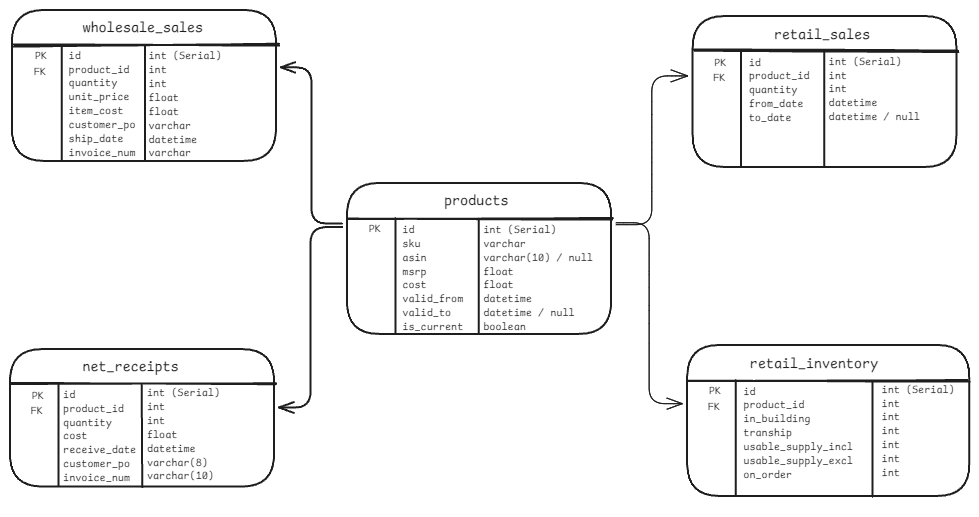
Above: docs/architecture/database_schema.excalidraw.png in b1wang/sheets-to-pipelines (Excalidraw), before the change. Source tidied: one line per element, renumbered; positions are measured from the earlier drawing's top-left corner, leaving out a move shared by most shapes. Its diagram source:
```json
{"id": 0, "type": "text", "text": "products", "strokeColor": "#1e1e1e", "strokeWidth": 2, "roughness": 1, "fontSize": 14.58, "fontFamily": 8, "x": 434, "y": 182, "width": 64, "height": 18}
{"id": 1, "type": "text", "text": "id\nsku\nasin\nmsrp\ncost\nvalid_from\nvalid_to\nis_current", "strokeColor": "#1e1e1e", "strokeWidth": 2, "roughness": 0, "fontSize": 11.07, "fontFamily": 8, "x": 392, "y": 213, "width": 61, "height": 111}
{"id": 2, "type": "text", "text": "int (Serial)\nvarchar\nvarchar(10) / null\nfloat\nfloat\ndatetime\ndatetime / null\nboolean", "strokeColor": "#1e1e1e", "strokeWidth": 2, "roughness": 0, "fontSize": 11.07, "fontFamily": 8, "x": 473, "y": 213, "width": 110, "height": 111}
{"id": 3, "type": "text", "text": "PK", "strokeColor": "#1e1e1e", "strokeWidth": 2, "roughness": 0, "fontSize": 11.07, "fontFamily": 8, "x": 359, "y": 213, "width": 12, "height": 14}
{"id": 4, "type": "rectangle", "strokeColor": "#1e1e1e", "strokeWidth": 2, "roughness": 0, "round": true, "x": 337, "y": 173, "width": 264, "height": 151}
{"id": 5, "type": "line", "strokeColor": "#1e1e1e", "strokeWidth": 2, "roughness": 1, "round": true, "x": 338, "y": 208, "width": 264, "height": 0, "points": [[0, 0], [264, 0]]}
{"id": 6, "type": "line", "strokeColor": "#1e1e1e", "strokeWidth": 2, "roughness": 0, "round": true, "x": 386, "y": 208, "width": 0, "height": 116, "points": [[0, 0], [0, 116]]}
{"id": 7, "type": "line", "strokeColor": "#1e1e1e", "strokeWidth": 2, "roughness": 0, "round": true, "x": 469, "y": 209, "width": 0, "height": 115, "points": [[0, 0], [0, 115]]}
{"id": 8, "type": "text", "text": "wholesale_sales", "strokeColor": "#1e1e1e", "strokeWidth": 2, "roughness": 1, "fontSize": 14.58, "fontFamily": 8, "x": 73, "y": 9, "width": 120, "height": 18}
{"id": 9, "type": "text", "text": "id\nproduct_id\nquantity\nunit_price\nitem_cost\ncustomer_po\nship_date\ninvoice_num", "strokeColor": "#1e1e1e", "strokeWidth": 2, "roughness": 0, "fontSize": 11.07, "fontFamily": 8, "x": 59, "y": 39, "width": 67, "height": 111}
{"id": 10, "type": "text", "text": "int (Serial)\nint\nint\nfloat\nfloat\nvarchar\ndatetime\nvarchar", "strokeColor": "#1e1e1e", "strokeWidth": 2, "roughness": 0, "fontSize": 11.07, "fontFamily": 8, "x": 138, "y": 40, "width": 73, "height": 111}
{"id": 11, "type": "text", "text": "PK", "strokeColor": "#1e1e1e", "strokeWidth": 2, "roughness": 0, "fontSize": 11.07, "fontFamily": 8, "x": 25, "y": 40, "width": 12, "height": 14}
{"id": 12, "type": "rectangle", "strokeColor": "#1e1e1e", "strokeWidth": 2, "roughness": 0, "round": true, "x": 2, "y": 0, "width": 264, "height": 151}
{"id": 13, "type": "line", "strokeColor": "#1e1e1e", "strokeWidth": 2, "roughness": 1, "round": true, "x": 4, "y": 35, "width": 264, "height": 0, "points": [[0, 0], [264, 0]]}
{"id": 14, "type": "line", "strokeColor": "#1e1e1e", "strokeWidth": 2, "roughness": 0, "round": true, "x": 52, "y": 35, "width": 0, "height": 116, "points": [[0, 0], [0, 116]]}
{"id": 15, "type": "line", "strokeColor": "#1e1e1e", "strokeWidth": 2, "roughness": 0, "round": true, "x": 135, "y": 36, "width": 0, "height": 115, "points": [[0, 0], [0, 115]]}
{"id": 16, "type": "text", "text": "FK", "strokeColor": "#1e1e1e", "strokeWidth": 2, "roughness": 0, "fontSize": 11.07, "fontFamily": 8, "x": 24, "y": 55, "width": 12, "height": 14}
{"id": 17, "type": "text", "text": "retail_sales", "strokeColor": "#1e1e1e", "strokeWidth": 2, "roughness": 1, "fontSize": 14.58, "fontFamily": 8, "x": 764, "y": 16, "width": 96, "height": 18}
{"id": 18, "type": "text", "text": "id\nproduct_id\nquantity\nfrom_date\nto_date", "strokeColor": "#1e1e1e", "strokeWidth": 2, "roughness": 0, "fontSize": 11.07, "fontFamily": 8, "x": 739, "y": 46, "width": 61, "height": 69}
{"id": 19, "type": "text", "text": "int (Serial)\nint\nint\ndatetime\ndatetime / null\n", "strokeColor": "#1e1e1e", "strokeWidth": 2, "roughness": 0, "fontSize": 11.07, "fontFamily": 8, "x": 819, "y": 45, "width": 91, "height": 83}
{"id": 20, "type": "text", "text": "PK", "strokeColor": "#1e1e1e", "strokeWidth": 2, "roughness": 0, "fontSize": 11.07, "fontFamily": 8, "x": 704, "y": 46, "width": 12, "height": 14}
{"id": 21, "type": "rectangle", "strokeColor": "#1e1e1e", "strokeWidth": 2, "roughness": 0, "round": true, "x": 683, "y": 6, "width": 264, "height": 151}
{"id": 22, "type": "line", "strokeColor": "#1e1e1e", "strokeWidth": 2, "roughness": 1, "round": true, "x": 684, "y": 41, "width": 264, "height": 0, "points": [[0, 0], [264, 0]]}
{"id": 23, "type": "line", "strokeColor": "#1e1e1e", "strokeWidth": 2, "roughness": 0, "round": true, "x": 731, "y": 41, "width": 0, "height": 116, "points": [[0, 0], [0, 116]]}
{"id": 24, "type": "line", "strokeColor": "#1e1e1e", "strokeWidth": 2, "roughness": 0, "round": true, "x": 814, "y": 42, "width": 0, "height": 115, "points": [[0, 0], [0, 115]]}
{"id": 25, "type": "text", "text": "FK", "strokeColor": "#1e1e1e", "strokeWidth": 2, "roughness": 0, "fontSize": 11.07, "fontFamily": 8, "x": 703, "y": 61, "width": 12, "height": 14}
{"id": 26, "type": "arrow", "strokeColor": "#1e1e1e", "strokeWidth": 2, "roughness": 0, "endArrowhead": "arrow", "from": 4, "to": 42, "x": 332, "y": 217, "width": 63, "height": 180, "points": [[0, 0], [-32, 0], [-32, 180], [-63, 180]]}
{"id": 27, "type": "arrow", "strokeColor": "#1e1e1e", "strokeWidth": 1, "roughness": 0, "endArrowhead": "arrow", "from": 4, "to": 21, "x": 606, "y": 215, "width": 72, "height": 149, "points": [[0, 0], [36, 0], [36, -149], [72, -149]]}
{"id": 28, "type": "text", "text": "retail_inventory", "strokeColor": "#1e1e1e", "strokeWidth": 2, "roughness": 1, "fontSize": 14.58, "fontFamily": 8, "x": 740, "y": 345, "width": 128, "height": 18}
{"id": 29, "type": "text", "text": "id\nproduct_id\nin_building\ntranship\nusable_supply_incl\nusable_supply_excl\non_order", "strokeColor": "#1e1e1e", "strokeWidth": 2, "roughness": 0, "fontSize": 11.07, "fontFamily": 8, "x": 733, "y": 375, "width": 110, "height": 97}
{"id": 30, "type": "text", "text": "int (Serial)\nint\nint\nint\nint\nint\nint\n\n", "strokeColor": "#1e1e1e", "strokeWidth": 2, "roughness": 0, "fontSize": 11.07, "fontFamily": 8, "x": 872, "y": 373, "width": 73, "height": 125}
{"id": 31, "type": "text", "text": "PK", "strokeColor": "#1e1e1e", "strokeWidth": 2, "roughness": 0, "fontSize": 11.07, "fontFamily": 8, "x": 699, "y": 375, "width": 12, "height": 14}
{"id": 32, "type": "rectangle", "strokeColor": "#1e1e1e", "strokeWidth": 2, "roughness": 0, "round": true, "x": 677, "y": 335, "width": 282, "height": 151}
{"id": 33, "type": "line", "strokeColor": "#1e1e1e", "strokeWidth": 2, "roughness": 1, "round": true, "x": 678, "y": 370, "width": 280, "height": 0, "points": [[0, 0], [280, 0]]}
{"id": 34, "type": "line", "strokeColor": "#1e1e1e", "strokeWidth": 2, "roughness": 0, "round": true, "x": 726, "y": 370, "width": 0, "height": 116, "points": [[0, 0], [0, 116]]}
{"id": 35, "type": "line", "strokeColor": "#1e1e1e", "strokeWidth": 2, "roughness": 0, "round": true, "x": 862, "y": 372, "width": 0, "height": 115, "points": [[0, 0], [0, 115]]}
{"id": 36, "type": "text", "text": "FK", "strokeColor": "#1e1e1e", "strokeWidth": 2, "roughness": 0, "fontSize": 11.07, "fontFamily": 8, "x": 698, "y": 390, "width": 12, "height": 14}
{"id": 37, "type": "arrow", "strokeColor": "#1e1e1e", "strokeWidth": 1, "roughness": 0, "endArrowhead": "arrow", "from": 4, "to": 32, "x": 606, "y": 213, "width": 66, "height": 181, "points": [[0, 0], [33, 0], [33, 181], [66, 181]]}
{"id": 38, "type": "text", "text": "net_receipts", "strokeColor": "#1e1e1e", "strokeWidth": 2, "roughness": 1, "fontSize": 14.58, "fontFamily": 8, "x": 72, "y": 349, "width": 96, "height": 18}
{"id": 39, "type": "text", "text": "id\nproduct_id\nquantity\ncost\nreceive_date\ncustomer_po\ninvoice_num\n", "strokeColor": "#1e1e1e", "strokeWidth": 2, "roughness": 0, "fontSize": 11.07, "fontFamily": 8, "x": 53, "y": 378, "width": 73, "height": 111}
{"id": 40, "type": "text", "text": "int (Serial)\nint\nint\nfloat\ndatetime\nvarchar(8)\nvarchar(10)\n", "strokeColor": "#1e1e1e", "strokeWidth": 2, "roughness": 0, "fontSize": 11.07, "fontFamily": 8, "x": 137, "y": 377, "width": 73, "height": 111}
{"id": 41, "type": "text", "text": "PK", "strokeColor": "#1e1e1e", "strokeWidth": 2, "roughness": 0, "fontSize": 11.07, "fontFamily": 8, "x": 22, "y": 379, "width": 12, "height": 14}
{"id": 42, "type": "rectangle", "strokeColor": "#1e1e1e", "strokeWidth": 2, "roughness": 0, "round": true, "x": 0, "y": 339, "width": 264, "height": 137}
{"id": 43, "type": "line", "strokeColor": "#1e1e1e", "strokeWidth": 2, "roughness": 1, "round": true, "x": 1, "y": 374, "width": 264, "height": 0, "points": [[0, 0], [264, 0]]}
{"id": 44, "type": "line", "strokeColor": "#1e1e1e", "strokeWidth": 2, "roughness": 0, "round": true, "x": 49, "y": 374, "width": 0, "height": 102, "points": [[0, 0], [0, 102]]}
{"id": 45, "type": "line", "strokeColor": "#1e1e1e", "strokeWidth": 2, "roughness": 0, "round": true, "x": 132, "y": 375, "width": 1, "height": 103, "points": [[0, 0], [1, 103]]}
{"id": 46, "type": "text", "text": "FK", "strokeColor": "#1e1e1e", "strokeWidth": 2, "roughness": 0, "fontSize": 11.07, "fontFamily": 8, "x": 21, "y": 394, "width": 12, "height": 14}
{"id": 47, "type": "arrow", "strokeColor": "#1e1e1e", "strokeWidth": 2, "roughness": 0, "endArrowhead": "arrow", "to": 12, "x": 332, "y": 214, "width": 61, "height": 156, "points": [[0, 0], [-31, 0], [-31, -156], [-61, -156]]}
```
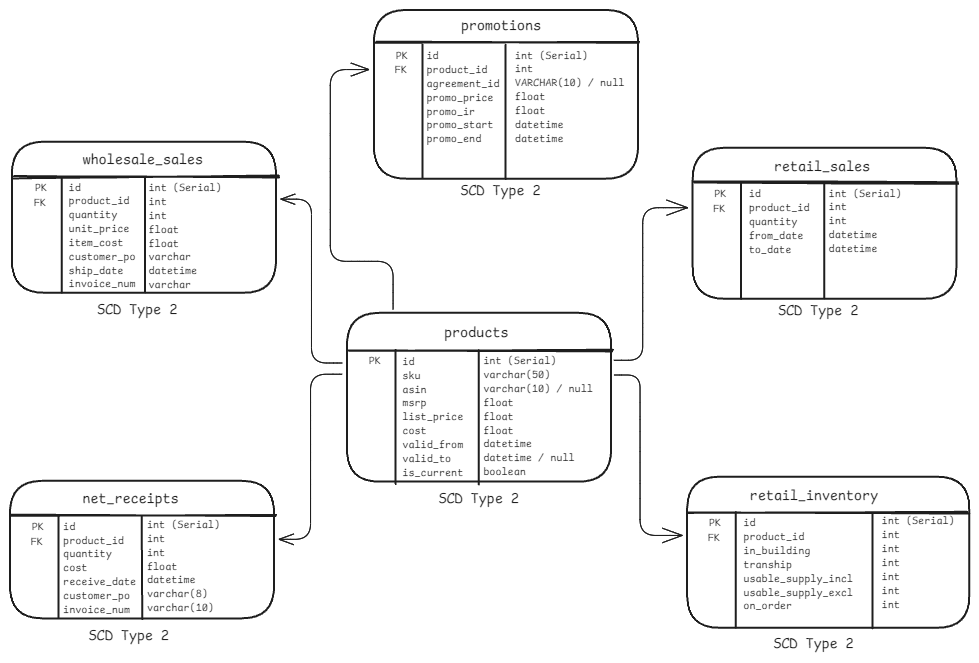
The same file after the commit.

Commit message:
docs: Updated schema design (Add list_price to products model, add promotions dimension table)

Diff of the diagram source:
```diff
@@ -1,11 +1,11 @@
 {"id": 0, "type": "text", "text": "products", "strokeColor": "#1e1e1e", "strokeWidth": 2, "roughness": 1, "fontSize": 14.58, "fontFamily": 8, "x": 434, "y": 182, "width": 64, "height": 18}
-{"id": 1, "type": "text", "text": "id\nsku\nasin\nmsrp\ncost\nvalid_from\nvalid_to\nis_current", "strokeColor": "#1e1e1e", "strokeWidth": 2, "roughness": 0, "fontSize": 11.07, "fontFamily": 8, "x": 392, "y": 213, "width": 61, "height": 111}
+{"id": 1, "type": "text", "text": "id\nsku\nasin\nmsrp\nlist_price\ncost\nvalid_from\nvalid_to\nis_current", "strokeColor": "#1e1e1e", "strokeWidth": 2, "roughness": 0, "fontSize": 11.07, "fontFamily": 8, "x": 392, "y": 213, "width": 61, "height": 125}
-{"id": 2, "type": "text", "text": "int (Serial)\nvarchar\nvarchar(10) / null\nfloat\nfloat\ndatetime\ndatetime / null\nboolean", "strokeColor": "#1e1e1e", "strokeWidth": 2, "roughness": 0, "fontSize": 11.07, "fontFamily": 8, "x": 473, "y": 213, "width": 110, "height": 111}
+{"id": 2, "type": "text", "text": "int (Serial)\nvarchar(50)\nvarchar(10) / null\nfloat\nfloat\nfloat\ndatetime\ndatetime / null\nboolean", "strokeColor": "#1e1e1e", "strokeWidth": 2, "roughness": 0, "fontSize": 11.07, "fontFamily": 8, "x": 473, "y": 213, "width": 110, "height": 125}
 {"id": 3, "type": "text", "text": "PK", "strokeColor": "#1e1e1e", "strokeWidth": 2, "roughness": 0, "fontSize": 11.07, "fontFamily": 8, "x": 359, "y": 213, "width": 12, "height": 14}
-{"id": 4, "type": "rectangle", "strokeColor": "#1e1e1e", "strokeWidth": 2, "roughness": 0, "round": true, "x": 337, "y": 173, "width": 264, "height": 151}
+{"id": 4, "type": "rectangle", "strokeColor": "#1e1e1e", "strokeWidth": 2, "roughness": 0, "round": true, "x": 337, "y": 171, "width": 264, "height": 169}
 {"id": 5, "type": "line", "strokeColor": "#1e1e1e", "strokeWidth": 2, "roughness": 1, "round": true, "x": 338, "y": 208, "width": 264, "height": 0, "points": [[0, 0], [264, 0]]}
-{"id": 6, "type": "line", "strokeColor": "#1e1e1e", "strokeWidth": 2, "roughness": 0, "round": true, "x": 386, "y": 208, "width": 0, "height": 116, "points": [[0, 0], [0, 116]]}
+{"id": 6, "type": "line", "strokeColor": "#1e1e1e", "strokeWidth": 2, "roughness": 0, "round": true, "x": 386, "y": 208, "width": 0, "height": 134, "points": [[0, 0], [0, 134]]}
-{"id": 7, "type": "line", "strokeColor": "#1e1e1e", "strokeWidth": 2, "roughness": 0, "round": true, "x": 469, "y": 209, "width": 0, "height": 115, "points": [[0, 0], [0, 115]]}
+{"id": 7, "type": "line", "strokeColor": "#1e1e1e", "strokeWidth": 2, "roughness": 0, "round": true, "x": 469, "y": 209, "width": 0, "height": 134, "points": [[0, 0], [0, 134]]}
 {"id": 8, "type": "text", "text": "wholesale_sales", "strokeColor": "#1e1e1e", "strokeWidth": 2, "roughness": 1, "fontSize": 14.58, "fontFamily": 8, "x": 73, "y": 9, "width": 120, "height": 18}
 {"id": 9, "type": "text", "text": "id\nproduct_id\nquantity\nunit_price\nitem_cost\ncustomer_po\nship_date\ninvoice_num", "strokeColor": "#1e1e1e", "strokeWidth": 2, "roughness": 0, "fontSize": 11.07, "fontFamily": 8, "x": 59, "y": 39, "width": 67, "height": 111}
 {"id": 10, "type": "text", "text": "int (Serial)\nint\nint\nfloat\nfloat\nvarchar\ndatetime\nvarchar", "strokeColor": "#1e1e1e", "strokeWidth": 2, "roughness": 0, "fontSize": 11.07, "fontFamily": 8, "x": 138, "y": 40, "width": 73, "height": 111}
@@ -17,15 +17,15 @@
 {"id": 16, "type": "text", "text": "FK", "strokeColor": "#1e1e1e", "strokeWidth": 2, "roughness": 0, "fontSize": 11.07, "fontFamily": 8, "x": 24, "y": 55, "width": 12, "height": 14}
 {"id": 17, "type": "text", "text": "retail_sales", "strokeColor": "#1e1e1e", "strokeWidth": 2, "roughness": 1, "fontSize": 14.58, "fontFamily": 8, "x": 764, "y": 16, "width": 96, "height": 18}
 {"id": 18, "type": "text", "text": "id\nproduct_id\nquantity\nfrom_date\nto_date", "strokeColor": "#1e1e1e", "strokeWidth": 2, "roughness": 0, "fontSize": 11.07, "fontFamily": 8, "x": 739, "y": 46, "width": 61, "height": 69}
-{"id": 19, "type": "text", "text": "int (Serial)\nint\nint\ndatetime\ndatetime / null\n", "strokeColor": "#1e1e1e", "strokeWidth": 2, "roughness": 0, "fontSize": 11.07, "fontFamily": 8, "x": 819, "y": 45, "width": 91, "height": 83}
+{"id": 19, "type": "text", "text": "int (Serial)\nint\nint\ndatetime\ndatetime", "strokeColor": "#1e1e1e", "strokeWidth": 2, "roughness": 0, "fontSize": 11.07, "fontFamily": 8, "x": 819, "y": 45, "width": 73, "height": 69}
 {"id": 20, "type": "text", "text": "PK", "strokeColor": "#1e1e1e", "strokeWidth": 2, "roughness": 0, "fontSize": 11.07, "fontFamily": 8, "x": 704, "y": 46, "width": 12, "height": 14}
 {"id": 21, "type": "rectangle", "strokeColor": "#1e1e1e", "strokeWidth": 2, "roughness": 0, "round": true, "x": 683, "y": 6, "width": 264, "height": 151}
 {"id": 22, "type": "line", "strokeColor": "#1e1e1e", "strokeWidth": 2, "roughness": 1, "round": true, "x": 684, "y": 41, "width": 264, "height": 0, "points": [[0, 0], [264, 0]]}
 {"id": 23, "type": "line", "strokeColor": "#1e1e1e", "strokeWidth": 2, "roughness": 0, "round": true, "x": 731, "y": 41, "width": 0, "height": 116, "points": [[0, 0], [0, 116]]}
 {"id": 24, "type": "line", "strokeColor": "#1e1e1e", "strokeWidth": 2, "roughness": 0, "round": true, "x": 814, "y": 42, "width": 0, "height": 115, "points": [[0, 0], [0, 115]]}
 {"id": 25, "type": "text", "text": "FK", "strokeColor": "#1e1e1e", "strokeWidth": 2, "roughness": 0, "fontSize": 11.07, "fontFamily": 8, "x": 703, "y": 61, "width": 12, "height": 14}
-{"id": 26, "type": "arrow", "strokeColor": "#1e1e1e", "strokeWidth": 2, "roughness": 0, "endArrowhead": "arrow", "from": 4, "to": 42, "x": 332, "y": 217, "width": 63, "height": 180, "points": [[0, 0], [-32, 0], [-32, 180], [-63, 180]]}
+{"id": 26, "type": "arrow", "strokeColor": "#1e1e1e", "strokeWidth": 1, "roughness": 0, "endArrowhead": "arrow", "from": 4, "to": 42, "x": 332, "y": 232, "width": 63, "height": 165, "points": [[0, 0], [-32, 0], [-32, 165], [-63, 165]]}
-{"id": 27, "type": "arrow", "strokeColor": "#1e1e1e", "strokeWidth": 1, "roughness": 0, "endArrowhead": "arrow", "from": 4, "to": 21, "x": 606, "y": 215, "width": 72, "height": 149, "points": [[0, 0], [36, 0], [36, -149], [72, -149]]}
+{"id": 27, "type": "arrow", "strokeColor": "#1e1e1e", "strokeWidth": 1, "roughness": 0, "endArrowhead": "arrow", "from": 2, "to": 21, "x": 604, "y": 219, "width": 74, "height": 153, "points": [[0, 0], [29, 0], [29, -153], [74, -153]]}
 {"id": 28, "type": "text", "text": "retail_inventory", "strokeColor": "#1e1e1e", "strokeWidth": 2, "roughness": 1, "fontSize": 14.58, "fontFamily": 8, "x": 740, "y": 345, "width": 128, "height": 18}
 {"id": 29, "type": "text", "text": "id\nproduct_id\nin_building\ntranship\nusable_supply_incl\nusable_supply_excl\non_order", "strokeColor": "#1e1e1e", "strokeWidth": 2, "roughness": 0, "fontSize": 11.07, "fontFamily": 8, "x": 733, "y": 375, "width": 110, "height": 97}
 {"id": 30, "type": "text", "text": "int (Serial)\nint\nint\nint\nint\nint\nint\n\n", "strokeColor": "#1e1e1e", "strokeWidth": 2, "roughness": 0, "fontSize": 11.07, "fontFamily": 8, "x": 872, "y": 373, "width": 73, "height": 125}
@@ -35,7 +35,7 @@
 {"id": 34, "type": "line", "strokeColor": "#1e1e1e", "strokeWidth": 2, "roughness": 0, "round": true, "x": 726, "y": 370, "width": 0, "height": 116, "points": [[0, 0], [0, 116]]}
 {"id": 35, "type": "line", "strokeColor": "#1e1e1e", "strokeWidth": 2, "roughness": 0, "round": true, "x": 862, "y": 372, "width": 0, "height": 115, "points": [[0, 0], [0, 115]]}
 {"id": 36, "type": "text", "text": "FK", "strokeColor": "#1e1e1e", "strokeWidth": 2, "roughness": 0, "fontSize": 11.07, "fontFamily": 8, "x": 698, "y": 390, "width": 12, "height": 14}
-{"id": 37, "type": "arrow", "strokeColor": "#1e1e1e", "strokeWidth": 1, "roughness": 0, "endArrowhead": "arrow", "from": 4, "to": 32, "x": 606, "y": 213, "width": 66, "height": 181, "points": [[0, 0], [33, 0], [33, 181], [66, 181]]}
+{"id": 37, "type": "arrow", "strokeColor": "#1e1e1e", "strokeWidth": 1, "roughness": 0, "endArrowhead": "arrow", "from": 2, "to": 32, "x": 604, "y": 233, "width": 68, "height": 160, "points": [[0, 0], [26, 0], [26, 160], [68, 160]]}
 {"id": 38, "type": "text", "text": "net_receipts", "strokeColor": "#1e1e1e", "strokeWidth": 2, "roughness": 1, "fontSize": 14.58, "fontFamily": 8, "x": 72, "y": 349, "width": 96, "height": 18}
 {"id": 39, "type": "text", "text": "id\nproduct_id\nquantity\ncost\nreceive_date\ncustomer_po\ninvoice_num\n", "strokeColor": "#1e1e1e", "strokeWidth": 2, "roughness": 0, "fontSize": 11.07, "fontFamily": 8, "x": 53, "y": 378, "width": 73, "height": 111}
 {"id": 40, "type": "text", "text": "int (Serial)\nint\nint\nfloat\ndatetime\nvarchar(8)\nvarchar(10)\n", "strokeColor": "#1e1e1e", "strokeWidth": 2, "roughness": 0, "fontSize": 11.07, "fontFamily": 8, "x": 137, "y": 377, "width": 73, "height": 111}
@@ -45,4 +45,20 @@
 {"id": 44, "type": "line", "strokeColor": "#1e1e1e", "strokeWidth": 2, "roughness": 0, "round": true, "x": 49, "y": 374, "width": 0, "height": 102, "points": [[0, 0], [0, 102]]}
 {"id": 45, "type": "line", "strokeColor": "#1e1e1e", "strokeWidth": 2, "roughness": 0, "round": true, "x": 132, "y": 375, "width": 1, "height": 103, "points": [[0, 0], [1, 103]]}
 {"id": 46, "type": "text", "text": "FK", "strokeColor": "#1e1e1e", "strokeWidth": 2, "roughness": 0, "fontSize": 11.07, "fontFamily": 8, "x": 21, "y": 394, "width": 12, "height": 14}
-{"id": 47, "type": "arrow", "strokeColor": "#1e1e1e", "strokeWidth": 2, "roughness": 0, "endArrowhead": "arrow", "to": 12, "x": 332, "y": 214, "width": 61, "height": 156, "points": [[0, 0], [-31, 0], [-31, -156], [-61, -156]]}
+{"id": 47, "type": "arrow", "strokeColor": "#1e1e1e", "strokeWidth": 1, "roughness": 0, "endArrowhead": "arrow", "from": 4, "to": 12, "x": 332, "y": 221, "width": 61, "height": 164, "points": [[0, 0], [-31, 0], [-31, -164], [-61, -164]]}
+{"id": 48, "type": "text", "text": "promotions", "strokeColor": "#1e1e1e", "strokeWidth": 2, "roughness": 1, "fontSize": 14.58, "fontFamily": 8, "x": 451, "y": -124, "width": 80, "height": 18}
+{"id": 49, "type": "text", "text": "id\nproduct_id\nagreement_id\npromo_price\npromo_ir\npromo_start\npromo_end\n", "strokeColor": "#1e1e1e", "strokeWidth": 2, "roughness": 0, "fontSize": 11.07, "fontFamily": 8, "x": 416, "y": -92, "width": 73, "height": 111}
+{"id": 50, "type": "text", "text": "int (Serial)\nint\nVARCHAR(10) / null\nfloat\nfloat\ndatetime\ndatetime\n", "strokeColor": "#1e1e1e", "strokeWidth": 2, "roughness": 0, "fontSize": 11.07, "fontFamily": 8, "x": 505, "y": -93, "width": 110, "height": 111}
+{"id": 51, "type": "text", "text": "PK", "strokeColor": "#1e1e1e", "strokeWidth": 2, "roughness": 0, "fontSize": 11.07, "fontFamily": 8, "x": 386, "y": -93, "width": 12, "height": 14}
+{"id": 52, "type": "rectangle", "strokeColor": "#1e1e1e", "strokeWidth": 2, "roughness": 0, "round": true, "x": 364, "y": -132, "width": 264, "height": 169}
+{"id": 53, "type": "line", "strokeColor": "#1e1e1e", "strokeWidth": 2, "roughness": 1, "round": true, "x": 365, "y": -99, "width": 264, "height": 0, "points": [[0, 0], [264, 0]]}
+{"id": 54, "type": "line", "strokeColor": "#1e1e1e", "strokeWidth": 2, "roughness": 0, "round": true, "x": 412, "y": -97, "width": 0, "height": 134, "points": [[0, 0], [0, 134]]}
+{"id": 55, "type": "line", "strokeColor": "#1e1e1e", "strokeWidth": 2, "roughness": 0, "round": true, "x": 496, "y": -97, "width": 0, "height": 134, "points": [[0, 0], [0, 134]]}
+{"id": 56, "type": "text", "text": "SCD Type 2", "strokeColor": "#1e1e1e", "strokeWidth": 2, "roughness": 1, "fontSize": 14.58, "fontFamily": 8, "x": 428, "y": 348, "width": 80, "height": 18}
+{"id": 57, "type": "text", "text": "SCD Type 2", "strokeColor": "#1e1e1e", "strokeWidth": 2, "roughness": 1, "fontSize": 14.58, "fontFamily": 8, "x": 450, "y": 41, "width": 80, "height": 18}
+{"id": 58, "type": "text", "text": "SCD Type 2", "strokeColor": "#1e1e1e", "strokeWidth": 2, "roughness": 1, "fontSize": 14.58, "fontFamily": 8, "x": 87, "y": 160, "width": 80, "height": 18}
+{"id": 59, "type": "text", "text": "SCD Type 2", "strokeColor": "#1e1e1e", "strokeWidth": 2, "roughness": 1, "fontSize": 14.58, "fontFamily": 8, "x": 79, "y": 486, "width": 80, "height": 18}
+{"id": 60, "type": "text", "text": "SCD Type 2", "strokeColor": "#1e1e1e", "strokeWidth": 2, "roughness": 1, "fontSize": 14.58, "fontFamily": 8, "x": 768, "y": 160, "width": 80, "height": 18}
+{"id": 61, "type": "text", "text": "SCD Type 2", "strokeColor": "#1e1e1e", "strokeWidth": 2, "roughness": 1, "fontSize": 14.58, "fontFamily": 8, "x": 763, "y": 493, "width": 80, "height": 18}
+{"id": 62, "type": "text", "text": "FK", "strokeColor": "#1e1e1e", "strokeWidth": 2, "roughness": 0, "fontSize": 11.07, "fontFamily": 8, "x": 385, "y": -79, "width": 12, "height": 14}
+{"id": 63, "type": "arrow", "strokeColor": "#1e1e1e", "strokeWidth": 1, "roughness": 0, "endArrowhead": "arrow", "from": 4, "to": 52, "x": 383, "y": 168, "width": 63, "height": 240, "points": [[0, 0], [0, -48], [-63, -48], [-63, -240], [-24, -240]]}
```
